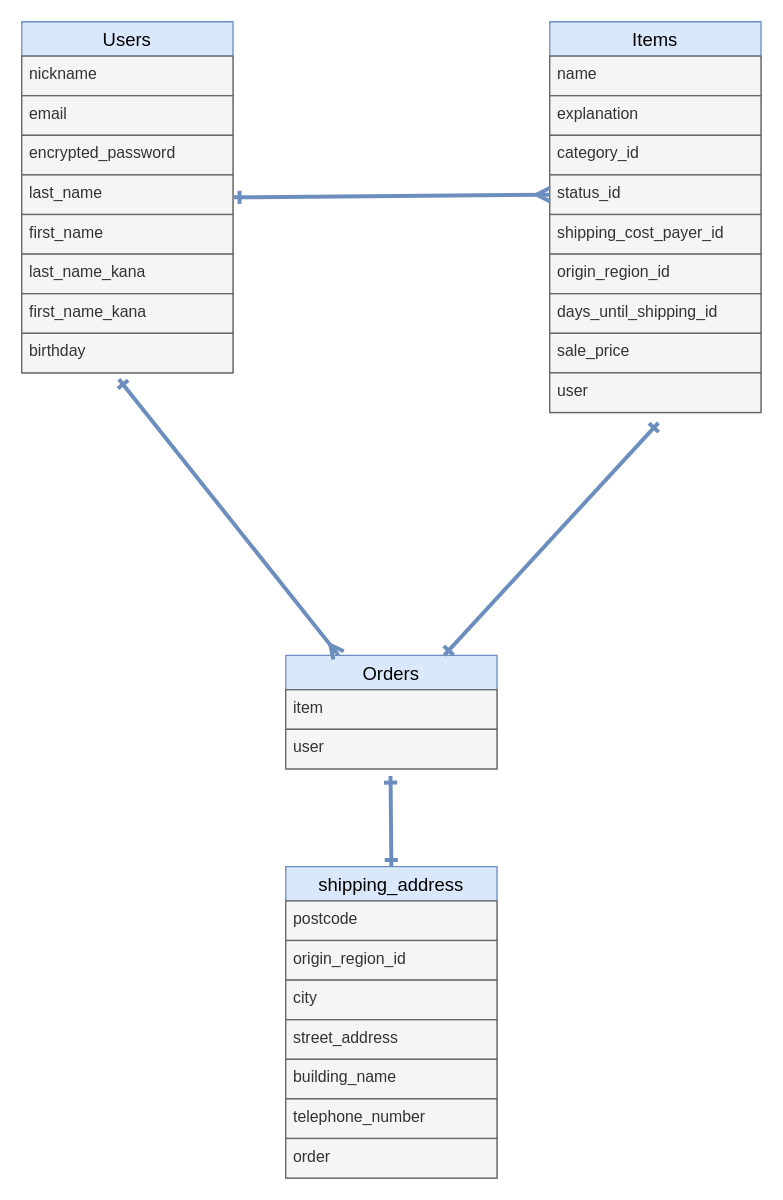
blaasi/furima-39870 keeps this draw.io diagram as furima.dio. Above is the earlier version. Source tidied: cells renumbered, new cells numbered last; positions are measured from the earlier drawing's top-left corner, leaving out a move shared by most shapes. Both pictures are drawn from the tidied source at 132%, with x=0, y=0 at pixel (21, 21).
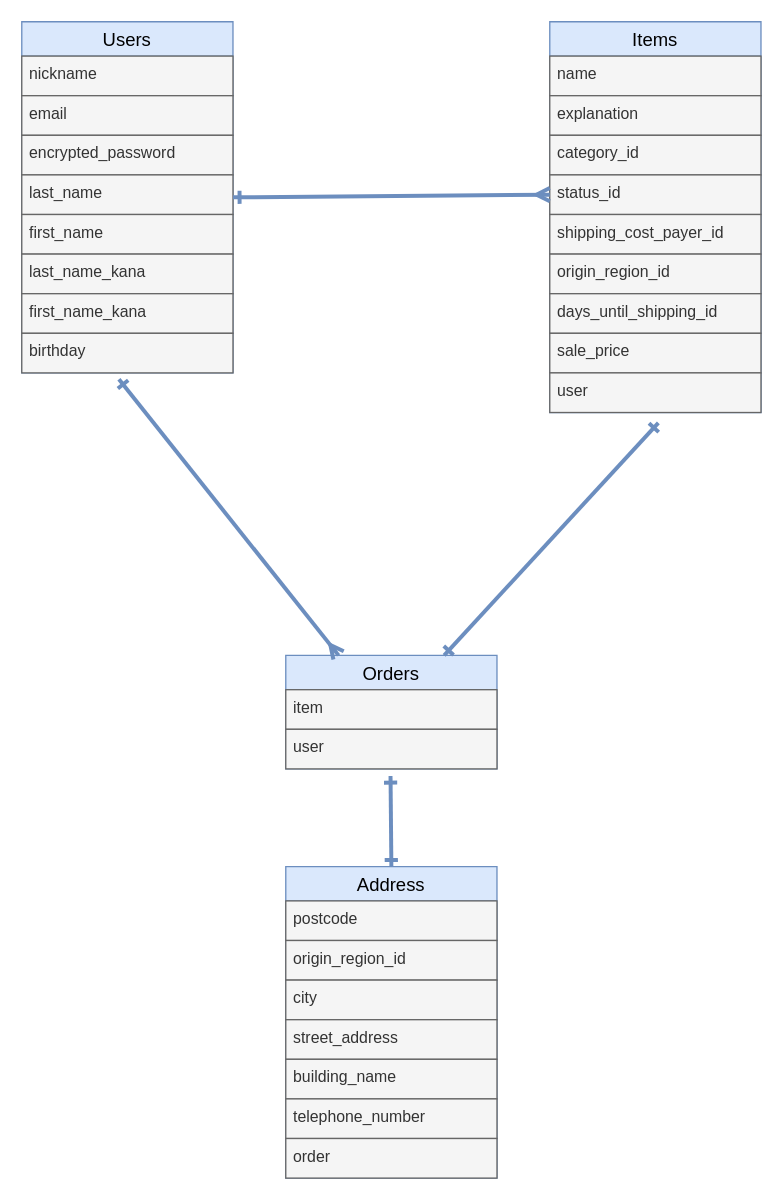
The same diagram, later.

The edit, as a diff of the source:
```diff
@@
-    <mxCell id="24" value="shipping_address" style="swimlane;fontStyle=0;horizontal=1;startSize=26;align=center;fontSize=14;fillColor=#dae8fc;strokeColor=#6c8ebf;fontColor=#000000;" parent="1" vertex="1">
+    <mxCell id="24" value="Address" style="swimlane;fontStyle=0;horizontal=1;startSize=26;align=center;fontSize=14;fillColor=#dae8fc;strokeColor=#6c8ebf;fontColor=#000000;" parent="1" vertex="1">
       <mxGeometry x="200" y="640" width="160" height="236" as="geometry" />
     </mxCell>
```
